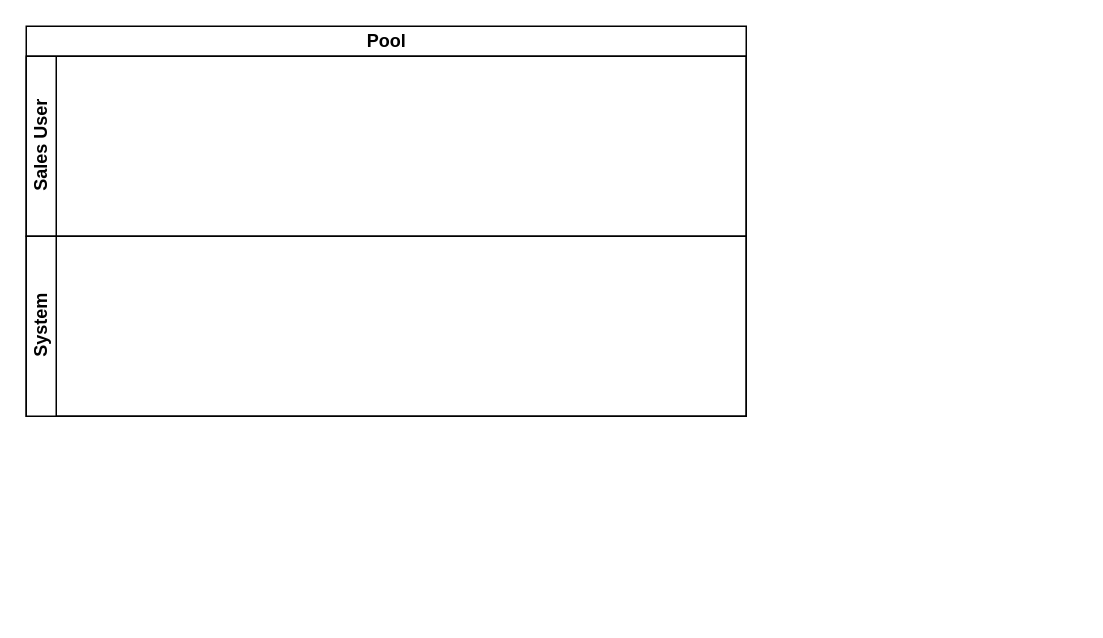
Earlier version of the draw.io diagram SGBCZ Quoation.drawio (Iswariya-LMNAs/Diagrams). Source tidied: cells renumbered, new cells numbered last; positions are measured from the earlier drawing's top-left corner, leaving out a move shared by most shapes. Both pictures are drawn from the tidied source at 150%, with x=0, y=0 at pixel (26, 26).
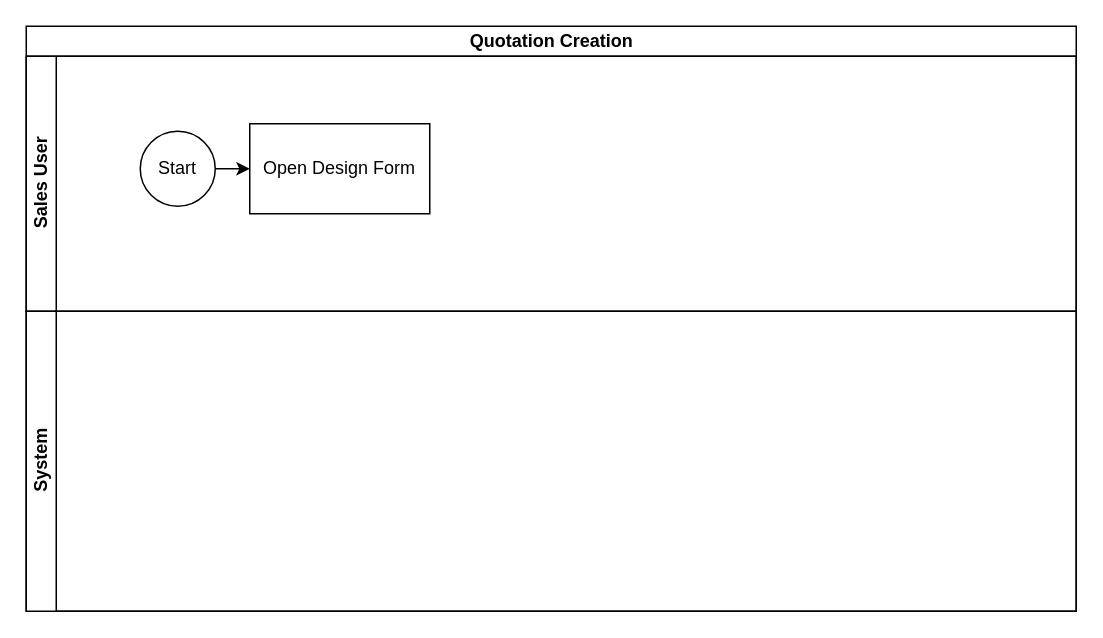
After the change.

The edit, as a diff of the source:
```diff
@@
 <mxGraphModel>
   <root>
     <mxCell id="0" />
     <mxCell id="1" parent="0" />
-    <mxCell id="2" value="Pool" style="swimlane;horizontal=1;startSize=20;html=1;" parent="1" vertex="1">
-      <mxGeometry width="480" height="260" as="geometry" />
+    <mxCell id="2" value="Quotation Creation" style="swimlane;horizontal=1;startSize=20;html=1;" parent="1" vertex="1">
+      <mxGeometry width="700" height="390" as="geometry" />
     </mxCell>
     <mxCell id="3" value="Sales User" style="swimlane;startSize=20;horizontal=0;html=1;" parent="2" vertex="1">
-      <mxGeometry y="20" width="480" height="120" as="geometry" />
+      <mxGeometry y="20" width="700" height="170" as="geometry" />
     </mxCell>
     <mxCell id="4" value="&lt;strong&gt;System&lt;/strong&gt;" style="swimlane;startSize=20;horizontal=0;html=1;" parent="2" vertex="1">
-      <mxGeometry y="140" width="480" height="120" as="geometry" />
+      <mxGeometry y="190" width="700" height="200" as="geometry" />
     </mxCell>
+    <mxCell id="5" style="edgeStyle=orthogonalEdgeStyle;rounded=0;jettySize=auto;html=1;exitX=1;exitY=0.5;exitDx=0;exitDy=0;entryX=0;entryY=0.5;entryDx=0;entryDy=0;" parent="1" edge="1" source="6" target="7">
+      <mxGeometry relative="1" as="geometry" />
+    </mxCell>
+    <mxCell id="6" value="Start" style="ellipse;whiteSpace=wrap;html=1;" parent="1" vertex="1">
+      <mxGeometry x="76" y="70" width="50" height="50" as="geometry" />
+    </mxCell>
+    <mxCell id="7" value="Open Design Form" style="rounded=0;whiteSpace=wrap;html=1;" parent="1" vertex="1">
+      <mxGeometry x="149" y="65" width="120" height="60" as="geometry" />
+    </mxCell>
   </root>
 </mxGraphModel>
```
